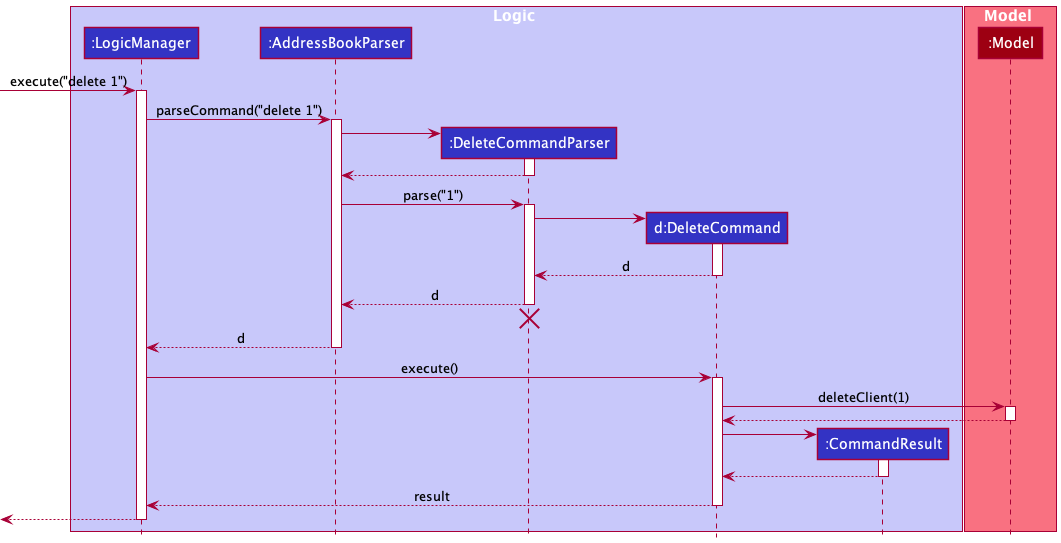
The PlantUML diagram docs/images/DeleteSequenceDiagram.png in robinrojh/tp, before a commit. The source it was exported from:
```plantuml
@startuml
!include style.puml

box Logic LOGIC_COLOR_T1
participant ":LogicManager" as LogicManager LOGIC_COLOR
participant ":AddressBookParser" as AddressBookParser LOGIC_COLOR
participant ":DeleteCommandParser" as DeleteCommandParser LOGIC_COLOR
participant "d:DeleteCommand" as DeleteCommand LOGIC_COLOR
participant ":CommandResult" as CommandResult LOGIC_COLOR
end box

box Model MODEL_COLOR_T1
participant ":Model" as Model MODEL_COLOR
end box

[-> LogicManager : execute("delete 1")
activate LogicManager

LogicManager -> AddressBookParser : parseCommand("delete 1")
activate AddressBookParser

create DeleteCommandParser
AddressBookParser -> DeleteCommandParser
activate DeleteCommandParser

DeleteCommandParser --> AddressBookParser
deactivate DeleteCommandParser

AddressBookParser -> DeleteCommandParser : parse("1")
activate DeleteCommandParser

create DeleteCommand
DeleteCommandParser -> DeleteCommand
activate DeleteCommand

DeleteCommand --> DeleteCommandParser : d
deactivate DeleteCommand

DeleteCommandParser --> AddressBookParser : d
deactivate DeleteCommandParser
DeleteCommandParser -[hidden]-> AddressBookParser
destroy DeleteCommandParser

AddressBookParser --> LogicManager : d
deactivate AddressBookParser

LogicManager -> DeleteCommand : execute()
activate DeleteCommand

DeleteCommand -> Model : deleteClient(1)
activate Model

Model --> DeleteCommand
deactivate Model

create CommandResult
DeleteCommand -> CommandResult
activate CommandResult

CommandResult --> DeleteCommand
deactivate CommandResult

DeleteCommand --> LogicManager : result
deactivate DeleteCommand

[<--LogicManager
deactivate LogicManager
@enduml
```
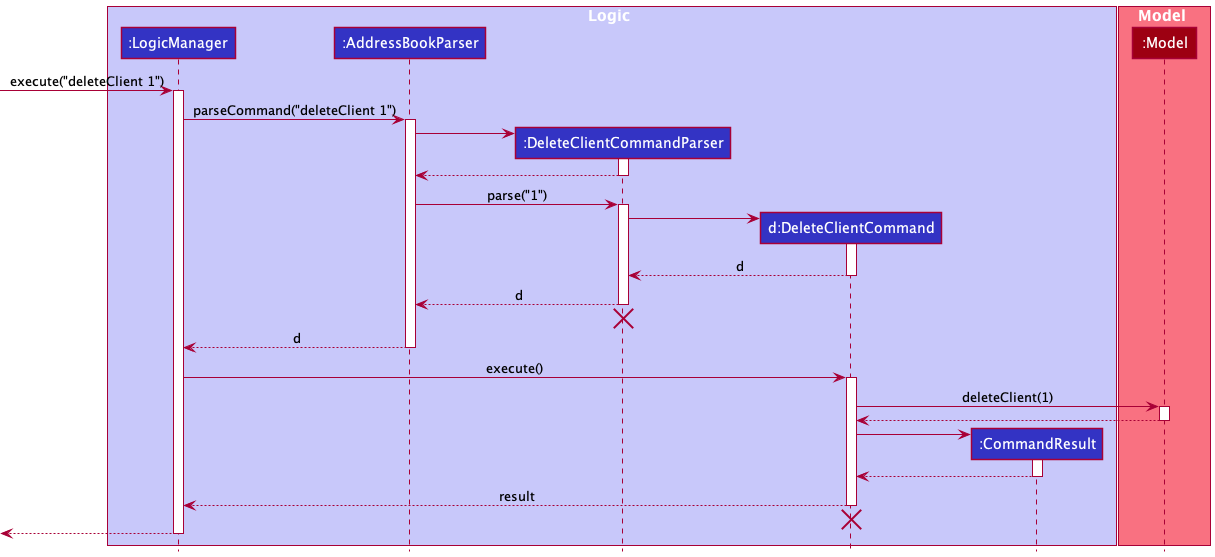
After the commit.

Change to the diagram source:
```diff
@@ -4,8 +4,8 @@
 box Logic LOGIC_COLOR_T1
 participant ":LogicManager" as LogicManager LOGIC_COLOR
 participant ":AddressBookParser" as AddressBookParser LOGIC_COLOR
-participant ":DeleteCommandParser" as DeleteCommandParser LOGIC_COLOR
-participant "d:DeleteCommand" as DeleteCommand LOGIC_COLOR
+participant ":DeleteClientCommandParser" as DeleteClientCommandParser LOGIC_COLOR
+participant "d:DeleteClientCommand" as DeleteClientCommand LOGIC_COLOR
 participant ":CommandResult" as CommandResult LOGIC_COLOR
 end box
 
@@ -13,55 +13,57 @@
 participant ":Model" as Model MODEL_COLOR
 end box
 
-[-> LogicManager : execute("delete 1")
+[-> LogicManager : execute("deleteClient 1")
 activate LogicManager
 
-LogicManager -> AddressBookParser : parseCommand("delete 1")
+LogicManager -> AddressBookParser : parseCommand("deleteClient 1")
 activate AddressBookParser
 
-create DeleteCommandParser
-AddressBookParser -> DeleteCommandParser
-activate DeleteCommandParser
+create DeleteClientCommandParser
+AddressBookParser -> DeleteClientCommandParser
+activate DeleteClientCommandParser
 
-DeleteCommandParser --> AddressBookParser
-deactivate DeleteCommandParser
+DeleteClientCommandParser --> AddressBookParser
+deactivate DeleteClientCommandParser
 
-AddressBookParser -> DeleteCommandParser : parse("1")
-activate DeleteCommandParser
+AddressBookParser -> DeleteClientCommandParser : parse("1")
+activate DeleteClientCommandParser
 
-create DeleteCommand
-DeleteCommandParser -> DeleteCommand
-activate DeleteCommand
+create DeleteClientCommand
+DeleteClientCommandParser -> DeleteClientCommand
+activate DeleteClientCommand
 
-DeleteCommand --> DeleteCommandParser : d
-deactivate DeleteCommand
+DeleteClientCommand --> DeleteClientCommandParser : d
+deactivate DeleteClientCommand
 
-DeleteCommandParser --> AddressBookParser : d
-deactivate DeleteCommandParser
-DeleteCommandParser -[hidden]-> AddressBookParser
-destroy DeleteCommandParser
+DeleteClientCommandParser --> AddressBookParser : d
+deactivate DeleteClientCommandParser
+DeleteClientCommandParser -[hidden]-> AddressBookParser
+destroy DeleteClientCommandParser
 
 AddressBookParser --> LogicManager : d
 deactivate AddressBookParser
 
-LogicManager -> DeleteCommand : execute()
-activate DeleteCommand
+LogicManager -> DeleteClientCommand : execute()
+activate DeleteClientCommand
 
-DeleteCommand -> Model : deleteClient(1)
+DeleteClientCommand -> Model : deleteClient(1)
 activate Model
 
-Model --> DeleteCommand
+Model --> DeleteClientCommand
 deactivate Model
 
 create CommandResult
-DeleteCommand -> CommandResult
+DeleteClientCommand -> CommandResult
 activate CommandResult
 
-CommandResult --> DeleteCommand
+CommandResult --> DeleteClientCommand
 deactivate CommandResult
 
-DeleteCommand --> LogicManager : result
-deactivate DeleteCommand
+DeleteClientCommand --> LogicManager : result
+deactivate DeleteClientCommand
+DeleteClientCommand -[hidden]-> DeleteClientCommandParser
+destroy DeleteClientCommand
 
 [<--LogicManager
 deactivate LogicManager
```
